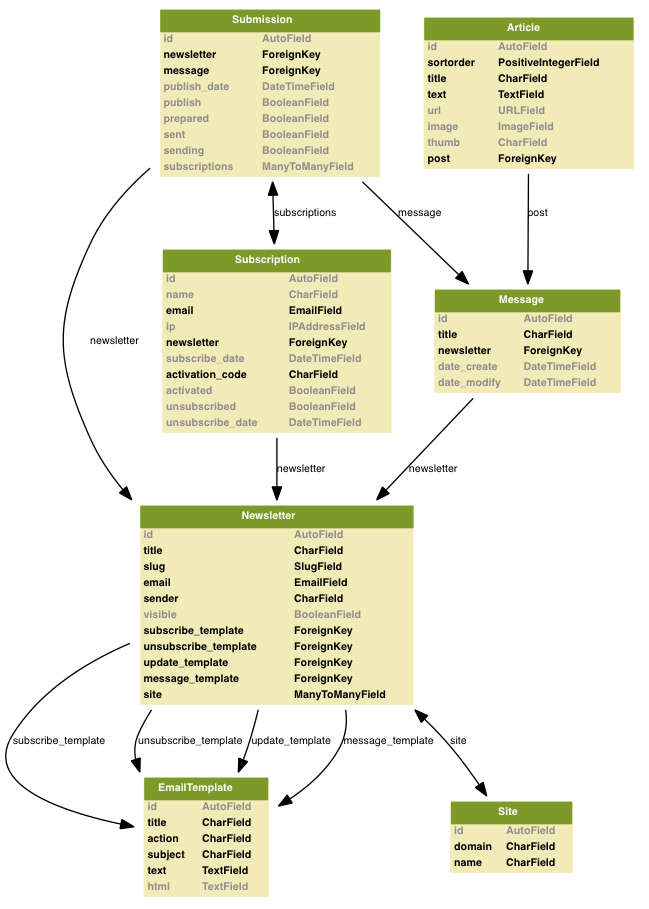
jazzband/django-newsletter keeps this Graphviz diagram as graph_models.png. Above is the earlier version. Its source is kept beside it as graph_models.dot.
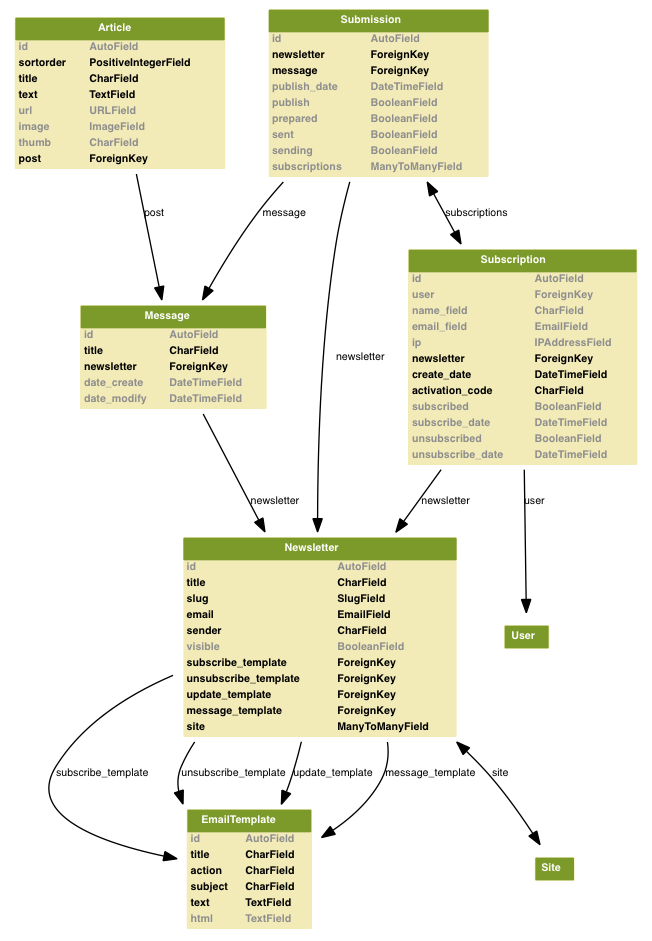
The same diagram one commit later.

What changed in the source:
```diff
@@ -176,17 +176,24 @@
         ></TD></TR>
 
         <TR><TD ALIGN="LEFT" BORDER="0"
-        ><FONT COLOR="#7B7B7B" FACE="Helvetica Bold">name</FONT
+        ><FONT COLOR="#7B7B7B" FACE="Helvetica Bold">user</FONT
+        ></TD>
+        <TD ALIGN="LEFT"
+        ><FONT COLOR="#7B7B7B" FACE="Helvetica Bold">ForeignKey</FONT
+        ></TD></TR>
+
+        <TR><TD ALIGN="LEFT" BORDER="0"
+        ><FONT COLOR="#7B7B7B" FACE="Helvetica Bold">name_field</FONT
         ></TD>
         <TD ALIGN="LEFT"
         ><FONT COLOR="#7B7B7B" FACE="Helvetica Bold">CharField</FONT
         ></TD></TR>
 
         <TR><TD ALIGN="LEFT" BORDER="0"
-        ><FONT FACE="Helvetica Bold">email</FONT
+        ><FONT COLOR="#7B7B7B" FACE="Helvetica Bold">email_field</FONT
         ></TD>
         <TD ALIGN="LEFT"
-        ><FONT FACE="Helvetica Bold">EmailField</FONT
+        ><FONT COLOR="#7B7B7B" FACE="Helvetica Bold">EmailField</FONT
         ></TD></TR>
 
         <TR><TD ALIGN="LEFT" BORDER="0"
@@ -204,10 +211,10 @@
         ></TD></TR>
 
         <TR><TD ALIGN="LEFT" BORDER="0"
-        ><FONT COLOR="#7B7B7B" FACE="Helvetica Bold">subscribe_date</FONT
+        ><FONT FACE="Helvetica Bold">create_date</FONT
         ></TD>
         <TD ALIGN="LEFT"
-        ><FONT COLOR="#7B7B7B" FACE="Helvetica Bold">DateTimeField</FONT
+        ><FONT FACE="Helvetica Bold">DateTimeField</FONT
         ></TD></TR>
 
         <TR><TD ALIGN="LEFT" BORDER="0"
@@ -218,10 +225,17 @@
         ></TD></TR>
 
         <TR><TD ALIGN="LEFT" BORDER="0"
-        ><FONT COLOR="#7B7B7B" FACE="Helvetica Bold">activated</FONT
+        ><FONT COLOR="#7B7B7B" FACE="Helvetica Bold">subscribed</FONT
         ></TD>
         <TD ALIGN="LEFT"
         ><FONT COLOR="#7B7B7B" FACE="Helvetica Bold">BooleanField</FONT
+        ></TD></TR>
+
+        <TR><TD ALIGN="LEFT" BORDER="0"
+        ><FONT COLOR="#7B7B7B" FACE="Helvetica Bold">subscribe_date</FONT
+        ></TD>
+        <TD ALIGN="LEFT"
+        ><FONT COLOR="#7B7B7B" FACE="Helvetica Bold">DateTimeField</FONT
         ></TD></TR>
 
         <TR><TD ALIGN="LEFT" BORDER="0"
@@ -439,46 +453,6 @@
 
 
 
-    django_contrib_sites_models_Site [label=<
-    <TABLE BGCOLOR="palegoldenrod" BORDER="0" CELLBORDER="0" CELLSPACING="0">
-     <TR><TD COLSPAN="2" CELLPADDING="4" ALIGN="CENTER" BGCOLOR="olivedrab4"
-     ><FONT FACE="Helvetica Bold" COLOR="white"
-     >Site</FONT></TD></TR>
-
-
-
-        <TR><TD ALIGN="LEFT" BORDER="0"
-        ><FONT COLOR="#7B7B7B" FACE="Helvetica Bold">id</FONT
-        ></TD>
-        <TD ALIGN="LEFT"
-        ><FONT COLOR="#7B7B7B" FACE="Helvetica Bold">AutoField</FONT
-        ></TD></TR>
-
-        <TR><TD ALIGN="LEFT" BORDER="0"
-        ><FONT FACE="Helvetica Bold">domain</FONT
-        ></TD>
-        <TD ALIGN="LEFT"
-        ><FONT FACE="Helvetica Bold">CharField</FONT
-        ></TD></TR>
-
-        <TR><TD ALIGN="LEFT" BORDER="0"
-        ><FONT FACE="Helvetica Bold">name</FONT
-        ></TD>
-        <TD ALIGN="LEFT"
-        ><FONT FACE="Helvetica Bold">CharField</FONT
-        ></TD></TR>
-
-
-    </TABLE>
-    >]
-
-
-
-
-
-
-
-
 
 
     newsletter_models_Newsletter -> newsletter_models_EmailTemplate
@@ -497,10 +471,30 @@
     [label="message_template"] ;
 
 
+    django_contrib_sites_models_Site [label=<
+        <TABLE BGCOLOR="palegoldenrod" BORDER="0" CELLBORDER="0" CELLSPACING="0">
+        <TR><TD COLSPAN="2" CELLPADDING="4" ALIGN="CENTER" BGCOLOR="olivedrab4"
+        ><FONT FACE="Helvetica Bold" COLOR="white"
+        >Site</FONT></TD></TR>
+        </TABLE>
+        >]
+
     newsletter_models_Newsletter -> django_contrib_sites_models_Site
     [label="site"] [arrowhead=normal arrowtail=normal];
 
 
+
+
+    django_contrib_auth_models_User [label=<
+        <TABLE BGCOLOR="palegoldenrod" BORDER="0" CELLBORDER="0" CELLSPACING="0">
+        <TR><TD COLSPAN="2" CELLPADDING="4" ALIGN="CENTER" BGCOLOR="olivedrab4"
+        ><FONT FACE="Helvetica Bold" COLOR="white"
+        >User</FONT></TD></TR>
+        </TABLE>
+        >]
+
+    newsletter_models_Subscription -> django_contrib_auth_models_User
+    [label="user"] ;
 
 
     newsletter_models_Subscription -> newsletter_models_Newsletter
@@ -535,9 +529,4 @@
 
 
 
-
-
-
-
-
 }
```
